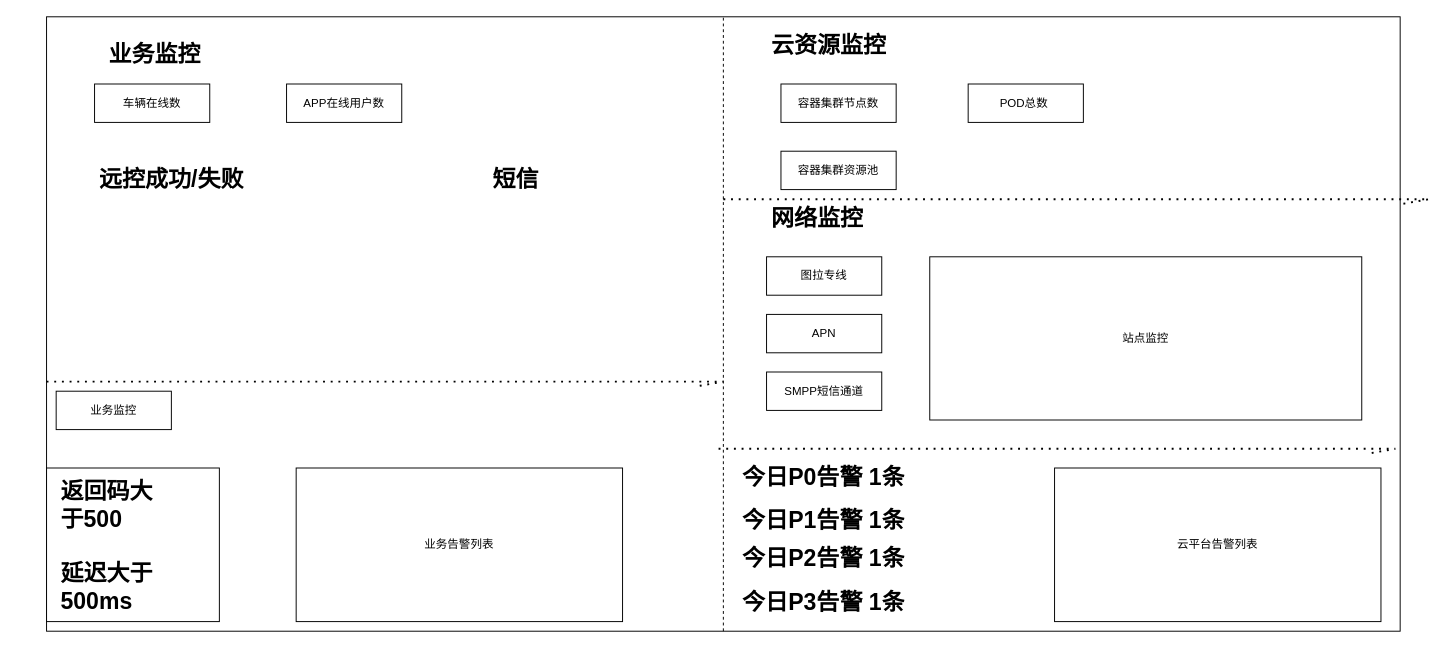
Before: dlv.drawio in 463024907/zabbix-report, a draw.io diagram. Source tidied: cells renumbered, new cells numbered last; positions are measured from the earlier drawing's top-left corner, leaving out a move shared by most shapes. Both pictures are drawn from the tidied source at 96%, with x=0, y=0 at pixel (46, 16).
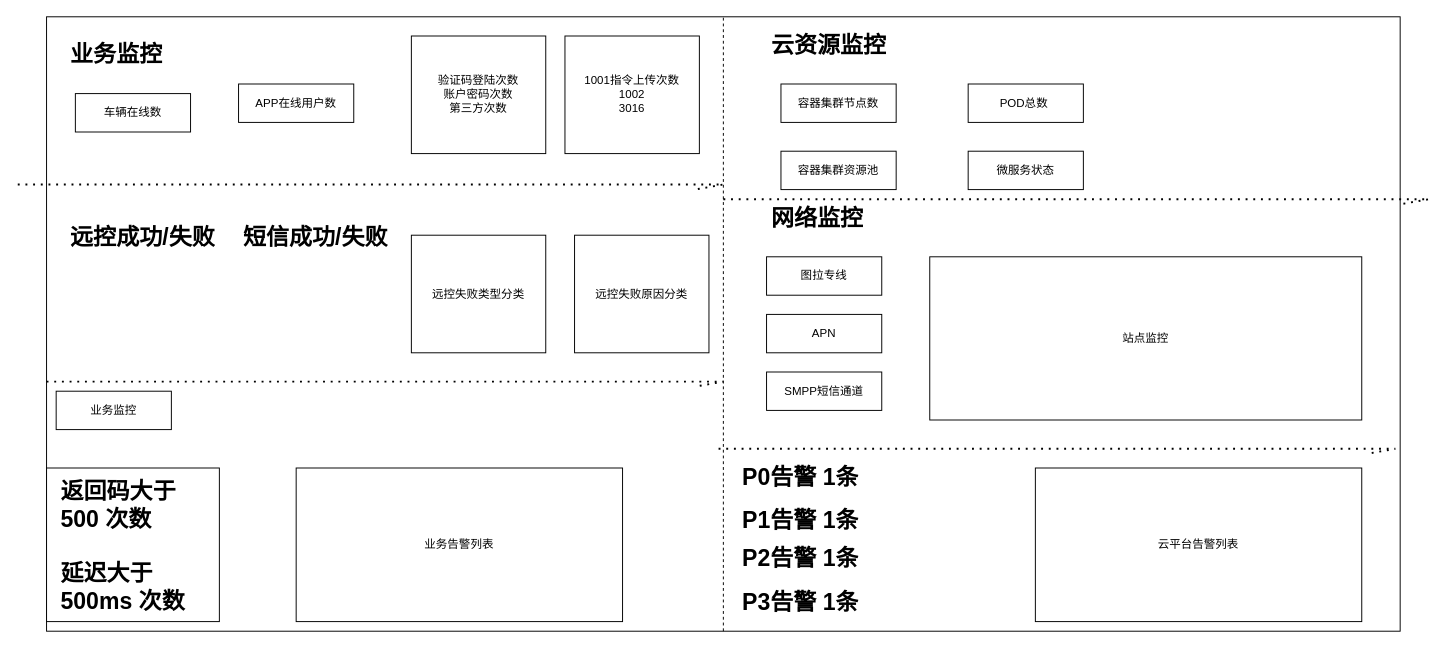
The same diagram, later.

The edit, as a diff of the source:
```diff
@@
     <mxCell id="7" value="&lt;h1&gt;业务监控&lt;/h1&gt;" style="text;html=1;strokeColor=none;fillColor=none;spacing=5;spacingTop=-20;whiteSpace=wrap;overflow=hidden;rounded=0;" parent="1" vertex="1">
-      <mxGeometry x="60" y="20" width="150" height="50" as="geometry" />
+      <mxGeometry x="20" y="20" width="150" height="50" as="geometry" />
     </mxCell>
@@
     <mxCell id="9" value="车辆在线数" style="rounded=0;whiteSpace=wrap;html=1;" parent="1" vertex="1">
-      <mxGeometry x="50" y="70" width="120" height="40" as="geometry" />
+      <mxGeometry x="30" y="80" width="120" height="40" as="geometry" />
     </mxCell>
     <mxCell id="10" value="APP在线用户数" style="rounded=0;whiteSpace=wrap;html=1;" parent="1" vertex="1">
-      <mxGeometry x="250" y="70" width="120" height="40" as="geometry" />
+      <mxGeometry x="200" y="70" width="120" height="40" as="geometry" />
     </mxCell>
@@
-    <mxCell id="19" value="&lt;h1&gt;返回码大于500&lt;/h1&gt;" style="text;html=1;strokeColor=none;fillColor=none;spacing=5;spacingTop=-20;whiteSpace=wrap;overflow=hidden;rounded=0;" parent="1" vertex="1">
-      <mxGeometry x="10" y="474.5" width="110" height="60" as="geometry" />
+    <mxCell id="19" value="&lt;h1&gt;返回码大于500 次数&lt;/h1&gt;" style="text;html=1;strokeColor=none;fillColor=none;spacing=5;spacingTop=-20;whiteSpace=wrap;overflow=hidden;rounded=0;" parent="1" vertex="1">
+      <mxGeometry x="10" y="474.5" width="150" height="65.5" as="geometry" />
     </mxCell>
-    <mxCell id="20" value="&lt;h1&gt;延迟大于500ms&lt;/h1&gt;" style="text;html=1;strokeColor=none;fillColor=none;spacing=5;spacingTop=-20;whiteSpace=wrap;overflow=hidden;rounded=0;" parent="1" vertex="1">
-      <mxGeometry x="10" y="560" width="110" height="60" as="geometry" />
+    <mxCell id="20" value="&lt;h1&gt;延迟大于500ms 次数&lt;/h1&gt;" style="text;html=1;strokeColor=none;fillColor=none;spacing=5;spacingTop=-20;whiteSpace=wrap;overflow=hidden;rounded=0;" parent="1" vertex="1">
+      <mxGeometry x="10" y="560" width="150" height="60" as="geometry" />
     </mxCell>
@@
     <mxCell id="22" value="&lt;h1&gt;远控成功/失败&lt;/h1&gt;" style="text;html=1;strokeColor=none;fillColor=none;spacing=5;spacingTop=-20;whiteSpace=wrap;overflow=hidden;rounded=0;" parent="1" vertex="1">
-      <mxGeometry x="50" y="150" width="210" height="50" as="geometry" />
+      <mxGeometry x="20" y="210" width="210" height="50" as="geometry" />
     </mxCell>
-    <mxCell id="23" value="&lt;h1&gt;短信&lt;span style=&quot;white-space: pre&quot;&gt; &lt;/span&gt;&lt;/h1&gt;" style="text;html=1;strokeColor=none;fillColor=none;spacing=5;spacingTop=-20;whiteSpace=wrap;overflow=hidden;rounded=0;" parent="1" vertex="1">
-      <mxGeometry x="460" y="150" width="210" height="50" as="geometry" />
+    <mxCell id="23" value="&lt;h1&gt;短信成功/失败&lt;span style=&quot;white-space: pre&quot;&gt; &lt;/span&gt;&lt;/h1&gt;" style="text;html=1;strokeColor=none;fillColor=none;spacing=5;spacingTop=-20;whiteSpace=wrap;overflow=hidden;rounded=0;" parent="1" vertex="1">
+      <mxGeometry x="200" y="210" width="210" height="50" as="geometry" />
     </mxCell>
@@
     <mxCell id="25" value="云平台告警列表" style="rounded=0;whiteSpace=wrap;html=1;" parent="1" vertex="1">
-      <mxGeometry x="1050" y="470" width="340" height="160" as="geometry" />
+      <mxGeometry x="1030" y="470" width="340" height="160" as="geometry" />
     </mxCell>
@@
-    <mxCell id="27" value="&lt;h1&gt;今日P0告警 1条&lt;/h1&gt;" style="text;html=1;strokeColor=none;fillColor=none;spacing=5;spacingTop=-20;whiteSpace=wrap;overflow=hidden;rounded=0;" parent="1" vertex="1">
+    <mxCell id="27" value="&lt;h1&gt;P0告警 1条&lt;/h1&gt;" style="text;html=1;strokeColor=none;fillColor=none;spacing=5;spacingTop=-20;whiteSpace=wrap;overflow=hidden;rounded=0;" parent="1" vertex="1">
       <mxGeometry x="720" y="460" width="290" height="40" as="geometry" />
     </mxCell>
-    <mxCell id="28" value="&lt;h1&gt;今日P1告警 1条&lt;/h1&gt;" style="text;html=1;strokeColor=none;fillColor=none;spacing=5;spacingTop=-20;whiteSpace=wrap;overflow=hidden;rounded=0;" parent="1" vertex="1">
+    <mxCell id="28" value="&lt;h1&gt;P1告警 1条&lt;/h1&gt;" style="text;html=1;strokeColor=none;fillColor=none;spacing=5;spacingTop=-20;whiteSpace=wrap;overflow=hidden;rounded=0;" parent="1" vertex="1">
       <mxGeometry x="720" y="505" width="290" height="40" as="geometry" />
     </mxCell>
-    <mxCell id="29" value="&lt;h1&gt;今日P2告警 1条&lt;/h1&gt;" style="text;html=1;strokeColor=none;fillColor=none;spacing=5;spacingTop=-20;whiteSpace=wrap;overflow=hidden;rounded=0;" parent="1" vertex="1">
+    <mxCell id="29" value="&lt;h1&gt;P2告警 1条&lt;/h1&gt;" style="text;html=1;strokeColor=none;fillColor=none;spacing=5;spacingTop=-20;whiteSpace=wrap;overflow=hidden;rounded=0;" parent="1" vertex="1">
       <mxGeometry x="720" y="545" width="290" height="40" as="geometry" />
     </mxCell>
-    <mxCell id="30" value="&lt;h1&gt;今日P3告警 1条&lt;/h1&gt;" style="text;html=1;strokeColor=none;fillColor=none;spacing=5;spacingTop=-20;whiteSpace=wrap;overflow=hidden;rounded=0;" parent="1" vertex="1">
+    <mxCell id="30" value="&lt;h1&gt;P3告警 1条&lt;/h1&gt;" style="text;html=1;strokeColor=none;fillColor=none;spacing=5;spacingTop=-20;whiteSpace=wrap;overflow=hidden;rounded=0;" parent="1" vertex="1">
       <mxGeometry x="720" y="590" width="290" height="40" as="geometry" />
     </mxCell>
+    <mxCell id="31" value="&lt;h1&gt;&lt;br&gt;&lt;/h1&gt;" style="text;html=1;strokeColor=none;fillColor=none;spacing=5;spacingTop=-20;whiteSpace=wrap;overflow=hidden;rounded=0;" parent="1" vertex="1">
+      <mxGeometry x="490" y="20" width="200" height="190" as="geometry" />
+    </mxCell>
+    <mxCell id="32" value="1001指令上传次数&lt;br&gt;1002&lt;br&gt;3016" style="rounded=0;whiteSpace=wrap;html=1;" parent="1" vertex="1">
+      <mxGeometry x="540" y="20" width="140" height="122.5" as="geometry" />
+    </mxCell>
+    <mxCell id="33" value="验证码登陆次数&lt;br&gt;账户密码次数&lt;br&gt;第三方次数" style="rounded=0;whiteSpace=wrap;html=1;" parent="1" vertex="1">
+      <mxGeometry x="380" y="20" width="140" height="122.5" as="geometry" />
+    </mxCell>
+    <mxCell id="34" value="远控失败类型分类" style="rounded=0;whiteSpace=wrap;html=1;" parent="1" vertex="1">
+      <mxGeometry x="380" y="227.5" width="140" height="122.5" as="geometry" />
+    </mxCell>
+    <mxCell id="35" value="远控失败原因分类" style="rounded=0;whiteSpace=wrap;html=1;" parent="1" vertex="1">
+      <mxGeometry x="550" y="227.5" width="140" height="122.5" as="geometry" />
+    </mxCell>
+    <mxCell id="36" style="endArrow=none;dashed=1;html=1;dashPattern=1 3;strokeWidth=2;rounded=0;" parent="1" edge="1">
+      <mxGeometry relative="1" as="geometry">
+        <mxPoint x="-30" y="174.7" as="sourcePoint" />
+        <mxPoint x="675" y="180" as="targetPoint" />
+        <Array as="points">
+          <mxPoint x="705" y="174.7" />
+        </Array>
+      </mxGeometry>
+    </mxCell>
+    <mxCell id="37" value="微服务状态" style="rounded=0;whiteSpace=wrap;html=1;" parent="1" vertex="1">
+      <mxGeometry x="960" y="140" width="120" height="40" as="geometry" />
+    </mxCell>
```
